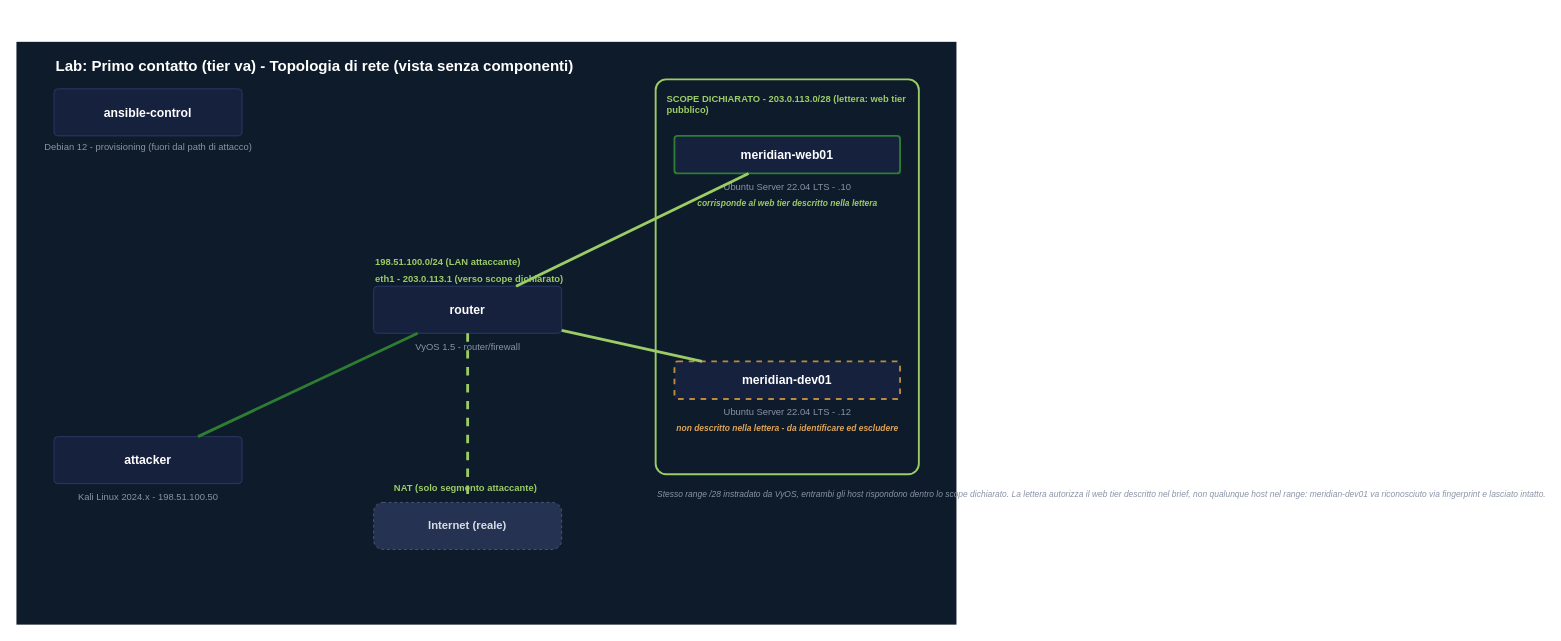
This is docs/labs/first-contact/first-contact-topology-network-only.drawio from leoleo1010/CPPT, a draw.io file, before an edit. Source tidied: cells renumbered, new cells numbered last; positions are measured from the earlier drawing's top-left corner, leaving out a move shared by most shapes. Both pictures are drawn from the tidied source at 94%, with x=0, y=0 at pixel (16, 41).
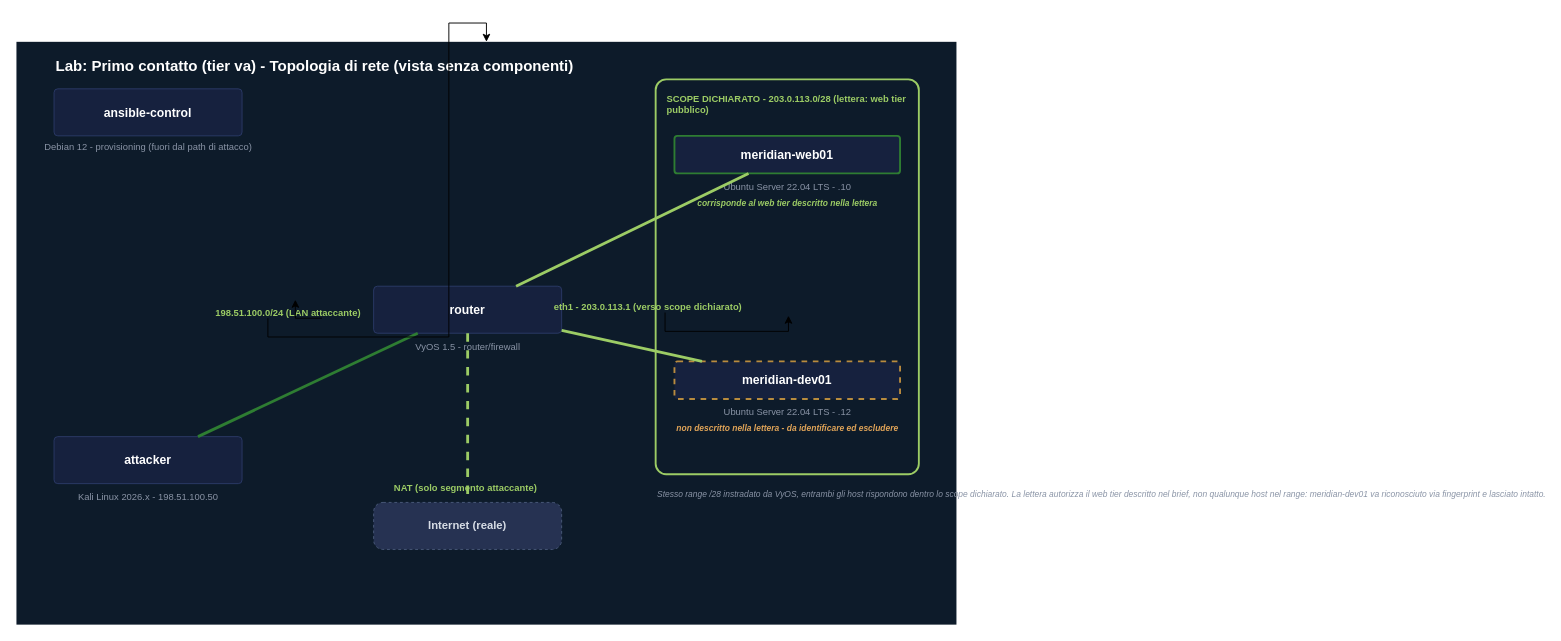
Above is the later version.

Commit message (it also covers changes not shown here):
Bump Kali to 2026.x in the network-only diagram too

Unchanged cells that the change refers to:
```xml
<mxCell id="2" style="rounded=0;whiteSpace=wrap;html=1;fillColor=#0D1B2A;strokeColor=none;" parent="1" vertex="1">
  <mxGeometry width="1000" height="620" as="geometry" />
</mxCell>
```

What changed in the source:
```diff
@@
-    <mxCell id="14" value="Kali Linux 2024.x - 198.51.100.50" style="text;html=1;fontSize=10;fontColor=#8A94A6;align=center;" parent="1" vertex="1">
+    <mxCell id="14" value="Kali Linux 2026.x - 198.51.100.50" style="text;html=1;fontSize=10;fontColor=#8A94A6;align=center;" parent="1" vertex="1">
       <mxGeometry x="40" y="472" width="200" height="16" as="geometry" />
     </mxCell>
@@
+    <mxCell id="26" style="edgeStyle=orthogonalEdgeStyle;rounded=0;jettySize=auto;html=1;exitX=0.25;exitY=1;exitDx=0;exitDy=0;defaultLabelBackgroundColor=page;" parent="1" edge="1" source="19" target="2">
+      <mxGeometry relative="1" as="geometry" />
+    </mxCell>
     <mxCell id="19" value="198.51.100.0/24 (LAN attaccante)" style="text;html=1;fontSize=10;fontColor=#9CCC65;fontStyle=1;" parent="1" vertex="1">
-      <mxGeometry x="380" y="222" width="230" height="18" as="geometry" />
+      <mxGeometry x="210" y="276" width="230" height="18" as="geometry" />
     </mxCell>
@@
     <mxCell id="23" value="eth1 - 203.0.113.1 (verso scope dichiarato)" style="text;html=1;fontSize=10;fontColor=#9CCC65;fontStyle=1;" parent="1" vertex="1">
-      <mxGeometry x="380" y="240" width="240" height="18" as="geometry" />
+      <mxGeometry x="570" y="270" width="240" height="18" as="geometry" />
     </mxCell>
@@
+    <mxCell id="27" style="edgeStyle=orthogonalEdgeStyle;rounded=0;orthogonalLoop=1;jettySize=auto;html=1;innerLoopWaypoints=1;exitX=0.5;exitY=1;exitDx=0;exitDy=0;entryX=1.047;entryY=1.188;entryDx=0;entryDy=0;entryPerimeter=0;defaultLabelBackgroundColor=page;" parent="1" edge="1" source="23" target="23">
+      <mxGeometry relative="1" as="geometry" />
+    </mxCell>
+    <mxCell id="28" style="edgeStyle=orthogonalEdgeStyle;rounded=0;orthogonalLoop=1;jettySize=auto;html=1;innerLoopWaypoints=1;exitX=0.5;exitY=1;exitDx=0;exitDy=0;entryX=0.377;entryY=-0.09;entryDx=0;entryDy=0;entryPerimeter=0;defaultLabelBackgroundColor=page;" parent="1" edge="1" source="19" target="19">
+      <mxGeometry relative="1" as="geometry" />
+    </mxCell>
```
